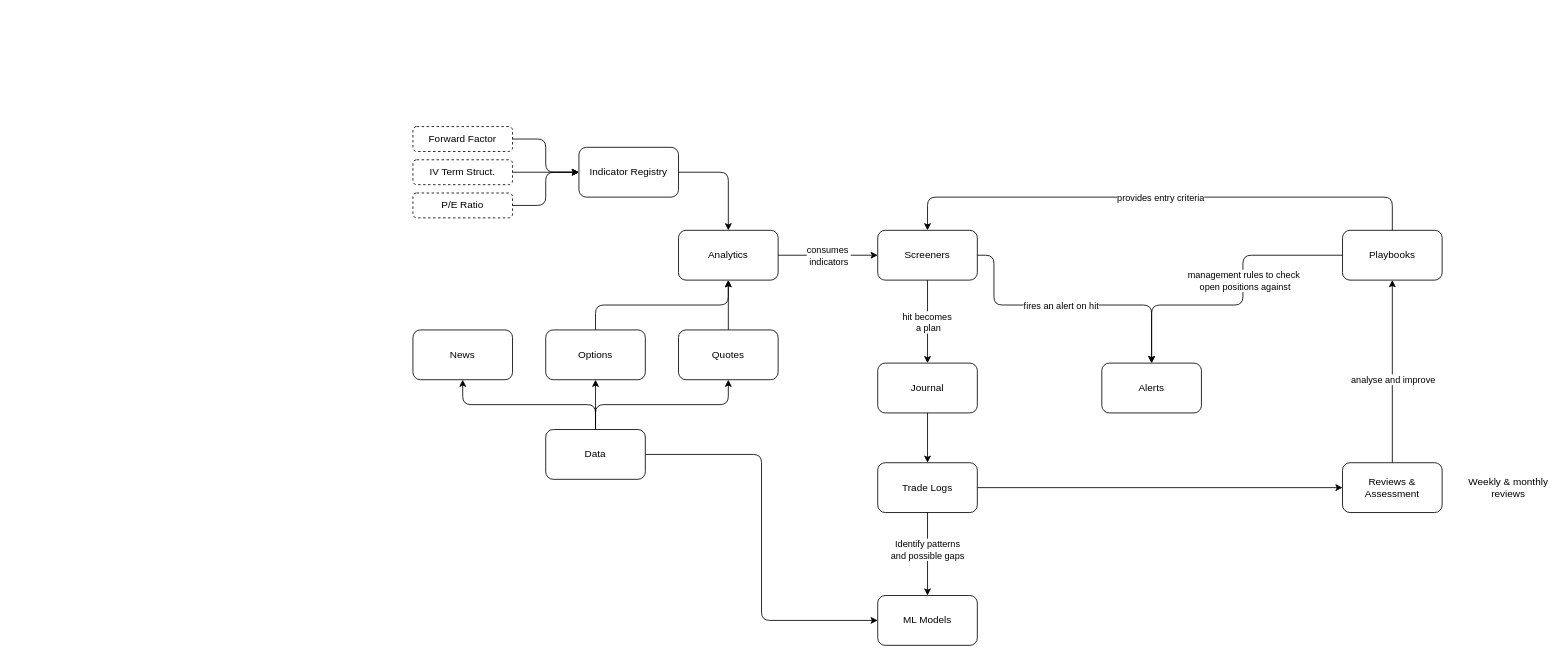
Wolfyre243/chrysos keeps this draw.io diagram as docs/diagrams.drawio. Above is the earlier version. Source tidied: cells renumbered, new cells numbered last; positions are measured from the earlier drawing's top-left corner, leaving out a move shared by most shapes. Both pictures are drawn from the tidied source at 83%, with x=0, y=0 at pixel (413, 126).
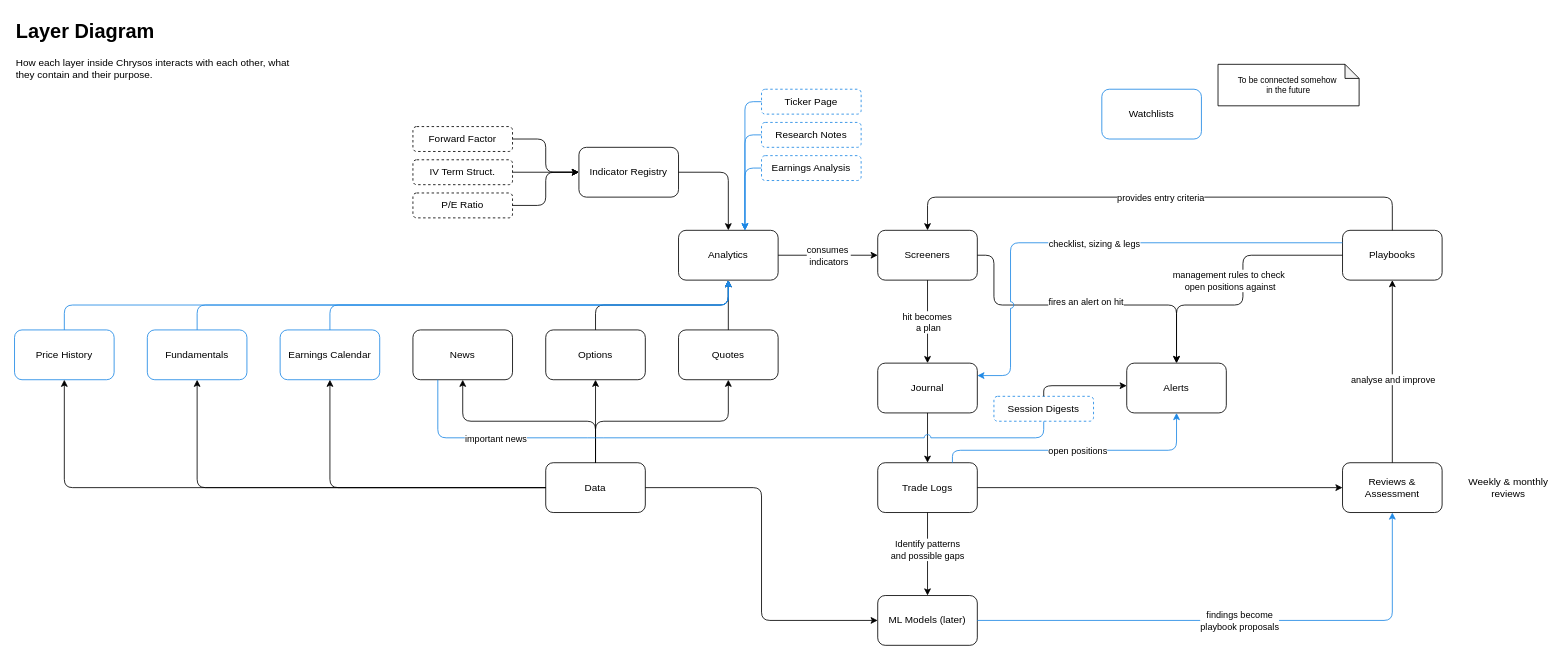
After the change.

Commit message (it also covers changes not shown here):
docs: updated diagram and features plan

The change refers to these unchanged cells:
```xml
<mxCell id="3" value="Analytics" style="rounded=1;whiteSpace=wrap;html=1;roundedPerimeter=1;" parent="1" vertex="1">
  <mxGeometry x="320" y="125" width="120" height="60" as="geometry" />
</mxCell>
<mxCell id="4" value="Screeners" style="rounded=1;whiteSpace=wrap;html=1;roundedPerimeter=1;" parent="1" vertex="1">
  <mxGeometry x="560" y="125" width="120" height="60" as="geometry" />
</mxCell>
<mxCell id="6" value="Playbooks" style="rounded=1;whiteSpace=wrap;html=1;roundedPerimeter=1;" parent="1" vertex="1">
  <mxGeometry x="1120" y="125" width="120" height="60" as="geometry" />
</mxCell>
<mxCell id="7" value="Reviews &amp;amp; Assessment" style="rounded=1;whiteSpace=wrap;html=1;roundedPerimeter=1;" parent="1" vertex="1">
  <mxGeometry x="1120" y="405" width="120" height="60" as="geometry" />
</mxCell>
<mxCell id="8" value="Journal" style="rounded=1;whiteSpace=wrap;html=1;roundedPerimeter=1;" parent="1" vertex="1">
  <mxGeometry x="560" y="285" width="120" height="60" as="geometry" />
</mxCell>
<mxCell id="22" value="Trade Logs" style="rounded=1;whiteSpace=wrap;html=1;roundedPerimeter=1;" parent="1" vertex="1">
  <mxGeometry x="560" y="405" width="120" height="60" as="geometry" />
</mxCell>
<mxCell id="36" value="News" style="rounded=1;whiteSpace=wrap;html=1;roundedPerimeter=1;" parent="1" vertex="1">
  <mxGeometry y="245" width="120" height="60" as="geometry" />
</mxCell>
```

Diff of the diagram source:
```diff
@@
     <mxCell id="5" value="Data" style="rounded=1;whiteSpace=wrap;html=1;roundedPerimeter=1;" parent="1" vertex="1">
-      <mxGeometry x="160" y="365" width="120" height="60" as="geometry" />
+      <mxGeometry x="160" y="405" width="120" height="60" as="geometry" />
     </mxCell>
@@
-    <mxCell id="9" value="ML Models" style="rounded=1;whiteSpace=wrap;html=1;roundedPerimeter=1;" parent="1" vertex="1">
+    <mxCell id="9" value="ML Models (later)" style="rounded=1;whiteSpace=wrap;html=1;roundedPerimeter=1;" parent="1" vertex="1">
       <mxGeometry x="560" y="565" width="120" height="60" as="geometry" />
     </mxCell>
     <mxCell id="10" value="Alerts" style="rounded=1;whiteSpace=wrap;html=1;roundedPerimeter=1;" parent="1" vertex="1">
-      <mxGeometry x="830" y="285" width="120" height="60" as="geometry" />
+      <mxGeometry x="860" y="285" width="120" height="60" as="geometry" />
     </mxCell>
@@
     <mxCell id="18" style="endArrow=classic;html=1;exitX=1;exitY=0.5;exitDx=0;exitDy=0;entryX=0.5;entryY=0;entryDx=0;entryDy=0;edgeStyle=orthogonalEdgeStyle;" parent="1" edge="1" source="4" target="10">
       <mxGeometry x="0.67" relative="1" as="geometry">
         <Array as="points">
           <mxPoint x="700" y="155" />
           <mxPoint x="700" y="215" />
-          <mxPoint x="890" y="215" />
+          <mxPoint x="920" y="215" />
         </Array>
       </mxGeometry>
     </mxCell>
@@
     <mxCell id="26" style="endArrow=classic;html=1;exitX=0;exitY=0.5;exitDx=0;exitDy=0;entryX=0.5;entryY=0;entryDx=0;entryDy=0;edgeStyle=orthogonalEdgeStyle;" parent="1" edge="1" source="6" target="10">
-      <mxGeometry x="0.21" relative="1" as="geometry">
+      <mxGeometry x="0.43" relative="1" as="geometry">
         <Array as="points">
           <mxPoint x="1000" y="155" />
           <mxPoint x="1000" y="215" />
-          <mxPoint x="890" y="215" />
+          <mxPoint x="920" y="215" />
         </Array>
       </mxGeometry>
     </mxCell>
     <mxCell id="27" value="management rules to check&lt;div&gt;&amp;nbsp;open positions against&lt;/div&gt;" style="edgeLabel;html=1;align=center;verticalAlign=middle;" parent="26" vertex="1">
-      <mxGeometry x="0.21" relative="1" as="geometry">
+      <mxGeometry x="0.43" relative="1" as="geometry">
         <mxPoint x="38" y="-30" as="offset" />
       </mxGeometry>
     </mxCell>
@@
+    <mxCell id="45" value="Earnings Calendar" style="rounded=1;whiteSpace=wrap;html=1;roundedPerimeter=1;strokeColor=light-dark(#1E88E5,#FFFFFF);" parent="1" vertex="1">
+      <mxGeometry x="-160" y="245" width="120" height="60" as="geometry" />
+    </mxCell>
+    <mxCell id="46" value="Fundamentals" style="rounded=1;whiteSpace=wrap;html=1;roundedPerimeter=1;strokeColor=light-dark(#1E88E5,#FFFFFF);" parent="1" vertex="1">
+      <mxGeometry x="-320" y="245" width="120" height="60" as="geometry" />
+    </mxCell>
+    <mxCell id="47" value="Price History" style="rounded=1;whiteSpace=wrap;html=1;roundedPerimeter=1;strokeColor=light-dark(#1E88E5,#FFFFFF);" parent="1" vertex="1">
+      <mxGeometry x="-480" y="245" width="120" height="60" as="geometry" />
+    </mxCell>
+    <mxCell id="48" value="Watchlists" style="rounded=1;whiteSpace=wrap;html=1;roundedPerimeter=1;strokeColor=light-dark(#1E88E5,#FFFFFF);" parent="1" vertex="1">
+      <mxGeometry x="830" y="-45" width="120" height="60" as="geometry" />
+    </mxCell>
+    <mxCell id="49" style="endArrow=classic;html=1;exitX=0.5;exitY=0;exitDx=0;exitDy=0;entryX=0.5;entryY=1;entryDx=0;entryDy=0;edgeStyle=orthogonalEdgeStyle;strokeColor=light-dark(#1E88E5,#FFFFFF);" parent="1" edge="1" source="45" target="3">
+      <mxGeometry relative="1" as="geometry">
+        <Array as="points">
+          <mxPoint x="-100" y="215" />
+          <mxPoint x="380" y="215" />
+        </Array>
+      </mxGeometry>
+    </mxCell>
+    <mxCell id="50" style="endArrow=classic;html=1;exitX=0.5;exitY=0;exitDx=0;exitDy=0;entryX=0.5;entryY=1;entryDx=0;entryDy=0;edgeStyle=orthogonalEdgeStyle;strokeColor=light-dark(#1E88E5,#FFFFFF);" parent="1" edge="1" source="46" target="3">
+      <mxGeometry relative="1" as="geometry">
+        <Array as="points">
+          <mxPoint x="-260" y="215" />
+          <mxPoint x="380" y="215" />
+        </Array>
+      </mxGeometry>
+    </mxCell>
+    <mxCell id="51" style="endArrow=classic;html=1;exitX=0.5;exitY=0;exitDx=0;exitDy=0;entryX=0.5;entryY=1;entryDx=0;entryDy=0;edgeStyle=orthogonalEdgeStyle;strokeColor=light-dark(#1E88E5,#FFFFFF);" parent="1" edge="1" source="47" target="3">
+      <mxGeometry relative="1" as="geometry">
+        <Array as="points">
+          <mxPoint x="-420" y="215" />
+          <mxPoint x="380" y="215" />
+        </Array>
+      </mxGeometry>
+    </mxCell>
+    <mxCell id="52" value="Ticker Page" style="rounded=1;whiteSpace=wrap;html=1;roundedPerimeter=1;dashed=1;strokeColor=light-dark(#1E88E5,#FFFFFF);" parent="1" vertex="1">
+      <mxGeometry x="420" y="-45" width="120" height="30" as="geometry" />
+    </mxCell>
+    <mxCell id="53" value="Research Notes" style="rounded=1;whiteSpace=wrap;html=1;roundedPerimeter=1;dashed=1;strokeColor=light-dark(#1E88E5,#FFFFFF);" parent="1" vertex="1">
+      <mxGeometry x="420" y="-5" width="120" height="30" as="geometry" />
+    </mxCell>
+    <mxCell id="54" value="Earnings Analysis" style="rounded=1;whiteSpace=wrap;html=1;roundedPerimeter=1;dashed=1;strokeColor=light-dark(#1E88E5,#FFFFFF);" parent="1" vertex="1">
+      <mxGeometry x="420" y="35" width="120" height="30" as="geometry" />
+    </mxCell>
+    <mxCell id="55" style="endArrow=classic;html=1;exitX=0;exitY=0.5;exitDx=0;exitDy=0;entryX=0.6667;entryY=0;entryDx=0;entryDy=0;edgeStyle=orthogonalEdgeStyle;strokeColor=light-dark(#1E88E5,#FFFFFF);" parent="1" edge="1" source="52" target="3">
+      <mxGeometry relative="1" as="geometry">
+        <Array as="points">
+          <mxPoint x="400" y="-30" />
+        </Array>
+      </mxGeometry>
+    </mxCell>
+    <mxCell id="56" style="endArrow=classic;html=1;exitX=0;exitY=0.5;exitDx=0;exitDy=0;entryX=0.6667;entryY=0;entryDx=0;entryDy=0;edgeStyle=orthogonalEdgeStyle;strokeColor=light-dark(#1E88E5,#FFFFFF);" parent="1" edge="1" source="53" target="3">
+      <mxGeometry relative="1" as="geometry">
+        <Array as="points">
+          <mxPoint x="400" y="10" />
+        </Array>
+      </mxGeometry>
+    </mxCell>
+    <mxCell id="57" style="endArrow=classic;html=1;exitX=0;exitY=0.5;exitDx=0;exitDy=0;entryX=0.6667;entryY=0;entryDx=0;entryDy=0;edgeStyle=orthogonalEdgeStyle;strokeColor=light-dark(#1E88E5,#FFFFFF);" parent="1" edge="1" source="54" target="3">
+      <mxGeometry relative="1" as="geometry">
+        <Array as="points">
+          <mxPoint x="400" y="50" />
+        </Array>
+      </mxGeometry>
+    </mxCell>
+    <mxCell id="58" style="endArrow=classic;html=1;exitX=0;exitY=0.25;exitDx=0;exitDy=0;entryX=1;entryY=0.25;entryDx=0;entryDy=0;edgeStyle=orthogonalEdgeStyle;jumpStyle=arc;jumpSize=8;strokeColor=light-dark(#1E88E5,#FFFFFF);" parent="1" edge="1" source="6" target="8">
+      <mxGeometry relative="1" as="geometry">
+        <Array as="points">
+          <mxPoint x="720" y="140" />
+          <mxPoint x="720" y="300" />
+        </Array>
+      </mxGeometry>
+    </mxCell>
+    <mxCell id="59" value="checklist, sizing &amp;amp; legs" style="edgeLabel;html=1;align=center;verticalAlign=middle;" parent="58" vertex="1">
+      <mxGeometry relative="1" as="geometry" />
+    </mxCell>
+    <mxCell id="60" style="endArrow=classic;html=1;exitX=0.75;exitY=0;exitDx=0;exitDy=0;entryX=0.5;entryY=1;entryDx=0;entryDy=0;edgeStyle=orthogonalEdgeStyle;jumpStyle=arc;jumpSize=8;strokeColor=light-dark(#1E88E5,#FFFFFF);" parent="1" edge="1" source="22" target="10">
+      <mxGeometry relative="1" as="geometry">
+        <Array as="points">
+          <mxPoint x="650" y="390" />
+          <mxPoint x="920" y="390" />
+        </Array>
+      </mxGeometry>
+    </mxCell>
+    <mxCell id="61" value="open positions" style="edgeLabel;html=1;align=center;verticalAlign=middle;" parent="60" vertex="1">
+      <mxGeometry relative="1" as="geometry" />
+    </mxCell>
+    <mxCell id="62" style="endArrow=none;html=1;exitX=0.25;exitY=1;exitDx=0;exitDy=0;entryX=0.5;entryY=1;entryDx=0;entryDy=0;edgeStyle=orthogonalEdgeStyle;jumpStyle=arc;jumpSize=8;strokeColor=light-dark(#1E88E5,#FFFFFF);endFill=0;" parent="1" edge="1" source="36" target="66">
+      <mxGeometry x="0.15" relative="1" as="geometry">
+        <Array as="points">
+          <mxPoint x="30" y="375" />
+          <mxPoint x="760" y="375" />
+        </Array>
+      </mxGeometry>
+    </mxCell>
+    <mxCell id="63" value="important news" style="edgeLabel;html=1;align=center;verticalAlign=middle;" parent="62" vertex="1">
+      <mxGeometry x="-0.66" relative="1" as="geometry" />
+    </mxCell>
+    <mxCell id="64" style="endArrow=classic;html=1;exitX=1;exitY=0.5;exitDx=0;exitDy=0;entryX=0.5;entryY=1;entryDx=0;entryDy=0;edgeStyle=orthogonalEdgeStyle;jumpStyle=arc;jumpSize=8;strokeColor=light-dark(#1E88E5,#FFFFFF);" parent="1" edge="1" source="9" target="7">
+      <mxGeometry relative="1" as="geometry">
+        <Array as="points">
+          <mxPoint x="1180" y="595" />
+        </Array>
+      </mxGeometry>
+    </mxCell>
+    <mxCell id="65" value="findings become&lt;div&gt;playbook proposals&lt;/div&gt;" style="edgeLabel;html=1;align=center;verticalAlign=middle;" parent="64" vertex="1">
+      <mxGeometry relative="1" as="geometry" />
+    </mxCell>
+    <mxCell id="66" value="Session Digests" style="rounded=1;whiteSpace=wrap;html=1;roundedPerimeter=1;dashed=1;strokeColor=light-dark(#1E88E5,#FFFFFF);" parent="1" vertex="1">
+      <mxGeometry x="700" y="325" width="120" height="30" as="geometry" />
+    </mxCell>
+    <mxCell id="67" style="endArrow=classic;html=1;exitX=0;exitY=0.5;exitDx=0;exitDy=0;entryX=0.5;entryY=1;entryDx=0;entryDy=0;edgeStyle=orthogonalEdgeStyle;" parent="1" edge="1" source="5" target="45">
+      <mxGeometry x="0.63" relative="1" as="geometry" />
+    </mxCell>
+    <mxCell id="68" style="endArrow=classic;html=1;exitX=0;exitY=0.5;exitDx=0;exitDy=0;entryX=0.5;entryY=1;entryDx=0;entryDy=0;edgeStyle=orthogonalEdgeStyle;" parent="1" edge="1" source="5" target="46">
+      <mxGeometry x="0.57" relative="1" as="geometry" />
+    </mxCell>
+    <mxCell id="69" style="endArrow=classic;html=1;exitX=0;exitY=0.5;exitDx=0;exitDy=0;entryX=0.5;entryY=1;entryDx=0;entryDy=0;edgeStyle=orthogonalEdgeStyle;" parent="1" edge="1" source="5" target="47">
+      <mxGeometry x="0.57" relative="1" as="geometry" />
+    </mxCell>
+    <mxCell id="70" value="To be connected somehow&amp;nbsp;&lt;div&gt;in the future&lt;/div&gt;" style="shape=note;whiteSpace=wrap;html=1;backgroundOutline=1;darkOpacity=0.05;size=17;fontSize=10;" parent="1" vertex="1">
+      <mxGeometry x="970" y="-75" width="170" height="50" as="geometry" />
+    </mxCell>
+    <mxCell id="71" value="&lt;h1 style=&quot;margin-top: 0px;&quot;&gt;Layer Diagram&lt;/h1&gt;&lt;p&gt;How each layer inside Chrysos interacts with each other, what they contain and their purpose.&lt;/p&gt;" style="text;html=1;whiteSpace=wrap;overflow=hidden;rounded=0;" parent="1" vertex="1">
+      <mxGeometry x="-480" y="-135" width="340" height="90" as="geometry" />
+    </mxCell>
+    <mxCell id="72" style="endArrow=classic;html=1;exitX=0.5;exitY=0;exitDx=0;exitDy=0;entryX=0.005;entryY=0.454;entryDx=0;entryDy=0;edgeStyle=orthogonalEdgeStyle;" parent="1" edge="1" source="66" target="10">
+      <mxGeometry x="0.7" relative="1" as="geometry" />
+    </mxCell>
```
